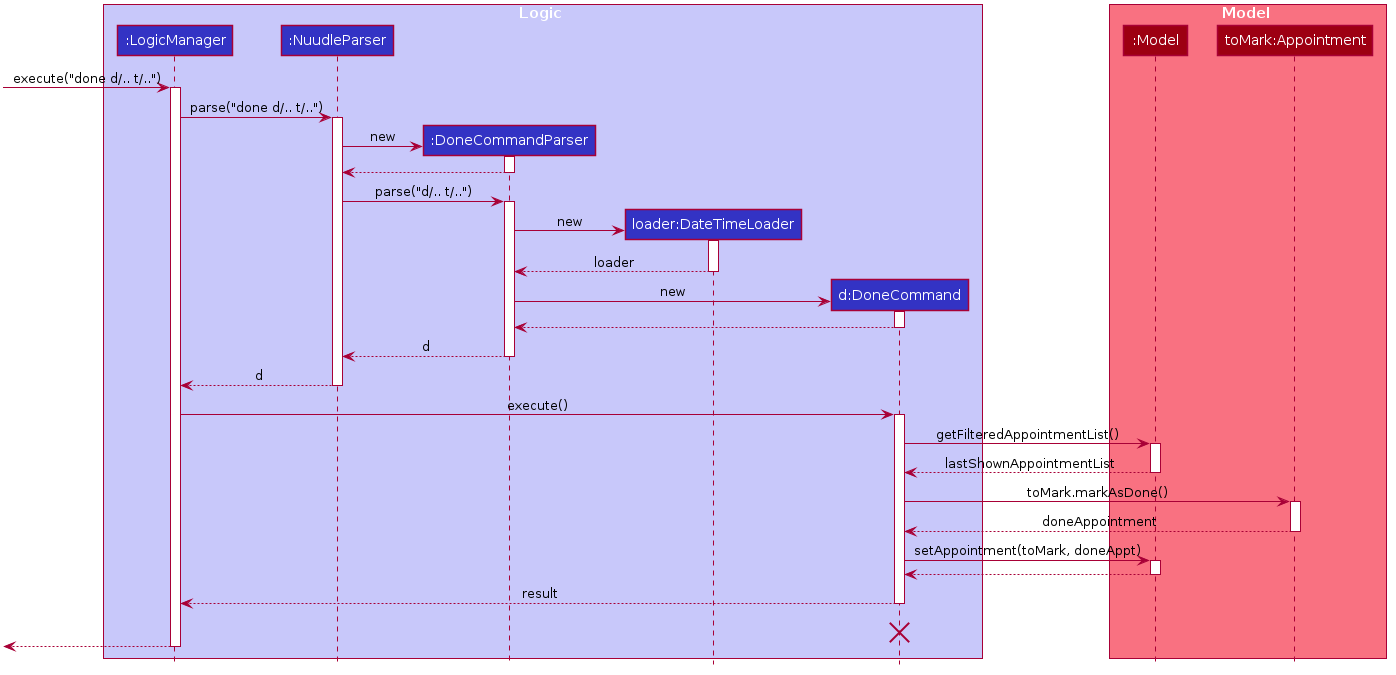
Before: docs/images/DoneSequenceDiagram.png, a diagram exported from PlantUML (xz0127/tp).
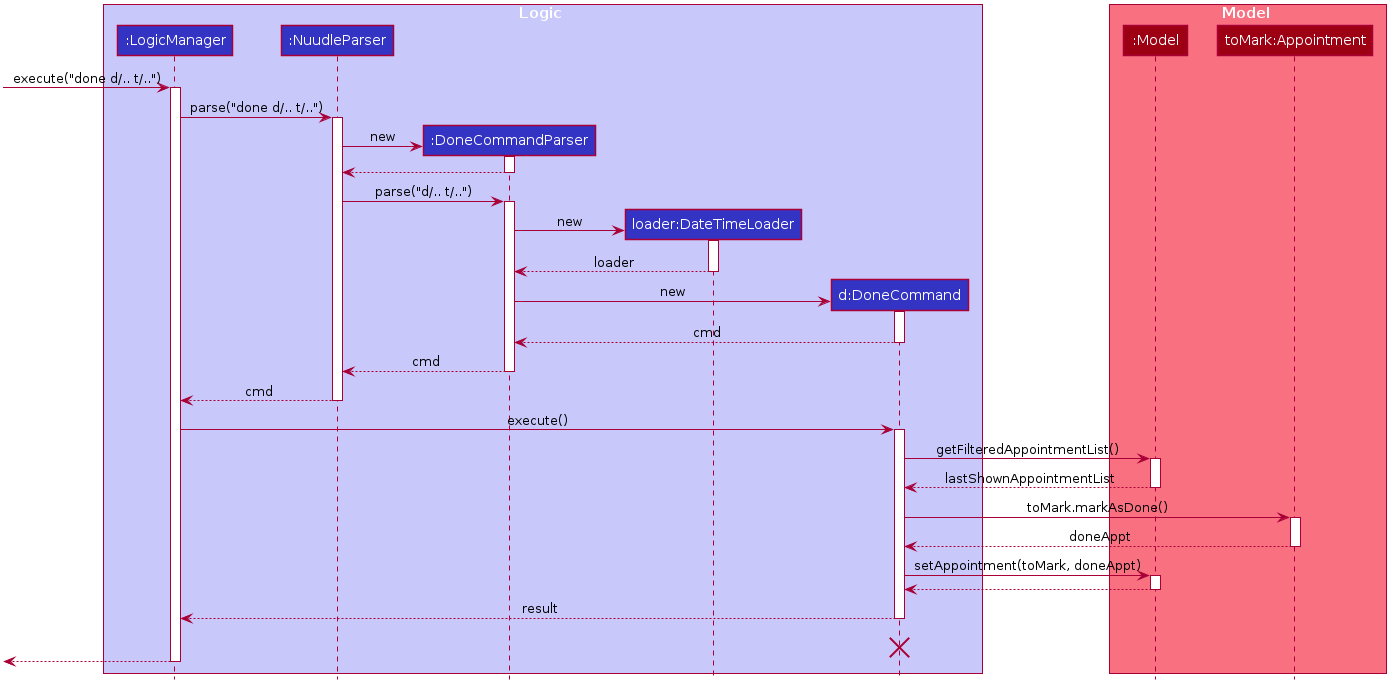
After the change.

Change to the diagram source:
```diff
@@ -87,13 +87,13 @@
 DoneCommandParser -> DoneCommand : new
 activate DoneCommand
 
-DoneCommand --> DoneCommandParser
+DoneCommand --> DoneCommandParser : cmd
 deactivate DoneCommand
 
-DoneCommandParser --> NuudleParser : d
+DoneCommandParser --> NuudleParser : cmd
 deactivate DoneCommandParser
 
-NuudleParser --> LogicManager : d
+NuudleParser --> LogicManager : cmd
 deactivate NuudleParser
 
 LogicManager -> DoneCommand : execute()
@@ -110,7 +110,7 @@
 
 
 
-ToMarkAppointment --> DoneCommand : doneAppointment
+ToMarkAppointment --> DoneCommand : doneAppt
 deactivate ToMarkAppointment
 
 DoneCommand -> Model : setAppointment(toMark, doneAppt)
```
